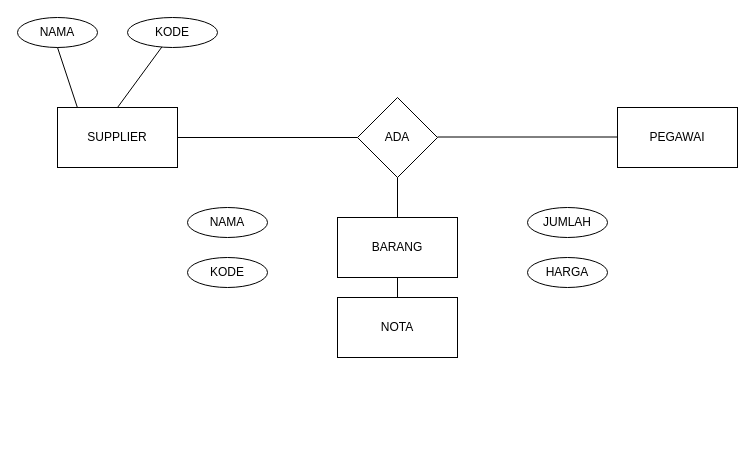
Before: Untitled Diagram.drawio in elangakbarm/flaskdeploy, a draw.io diagram. Source tidied: cells renumbered, new cells numbered last; positions are measured from the earlier drawing's top-left corner, leaving out a move shared by most shapes. Both pictures are drawn from the tidied source at 100%, with x=0, y=0 at pixel (17, 17).
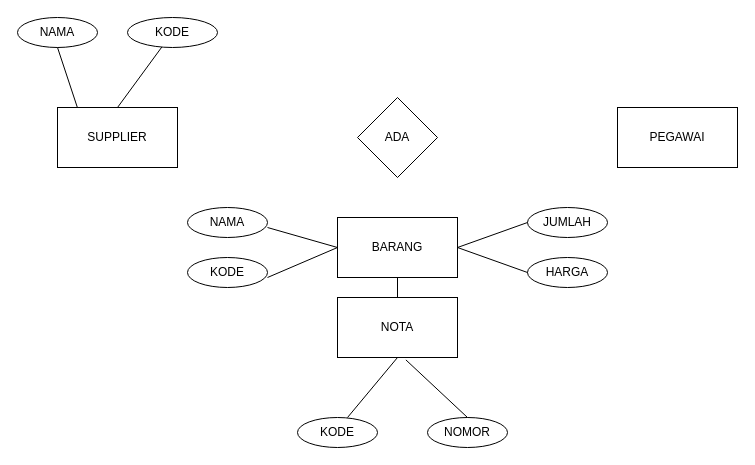
The same page after the edit.

The change refers to these unchanged cells:
```xml
<mxCell id="2" value="SUPPLIER" style="rounded=0;whiteSpace=wrap;html=1;" parent="1" vertex="1">
  <mxGeometry x="40" y="90" width="120" height="60" as="geometry" />
</mxCell>
<mxCell id="4" value="BARANG" style="rounded=0;whiteSpace=wrap;html=1;" parent="1" vertex="1">
  <mxGeometry x="320" y="200" width="120" height="60" as="geometry" />
</mxCell>
<mxCell id="5" value="ADA" style="rhombus;whiteSpace=wrap;html=1;" parent="1" vertex="1">
  <mxGeometry x="340" y="80" width="80" height="80" as="geometry" />
</mxCell>
<mxCell id="13" value="NOTA" style="rounded=0;whiteSpace=wrap;html=1;" parent="1" vertex="1">
  <mxGeometry x="320" y="280" width="120" height="60" as="geometry" />
</mxCell>
<mxCell id="17" value="JUMLAH" style="ellipse;whiteSpace=wrap;html=1;" parent="1" vertex="1">
  <mxGeometry x="510" y="190" width="80" height="30" as="geometry" />
</mxCell>
<mxCell id="18" value="HARGA" style="ellipse;whiteSpace=wrap;html=1;" parent="1" vertex="1">
  <mxGeometry x="510" y="240" width="80" height="30" as="geometry" />
</mxCell>
```

Change to the diagram source:
```diff
@@
-    <mxCell id="10" style="endArrow=none;html=1;entryX=0;entryY=0.5;entryDx=0;entryDy=0;exitX=1;exitY=0.5;exitDx=0;exitDy=0;" parent="1" edge="1" source="2" target="5">
-      <mxGeometry relative="1" as="geometry" />
-    </mxCell>
-    <mxCell id="11" style="endArrow=none;html=1;entryX=0;entryY=0.5;entryDx=0;entryDy=0;exitX=1;exitY=0.5;exitDx=0;exitDy=0;" parent="1" edge="1">
-      <mxGeometry relative="1" as="geometry">
-        <mxPoint x="420" y="119.5" as="sourcePoint" />
-        <mxPoint x="600" y="119.5" as="targetPoint" />
-      </mxGeometry>
-    </mxCell>
-    <mxCell id="12" style="endArrow=none;html=1;exitX=0.5;exitY=0;exitDx=0;exitDy=0;" parent="1" edge="1" source="4">
-      <mxGeometry relative="1" as="geometry">
-        <mxPoint x="380" y="160" as="targetPoint" />
-      </mxGeometry>
-    </mxCell>
@@
+    <mxCell id="19" style="endArrow=none;html=1;entryX=0;entryY=0.5;entryDx=0;entryDy=0;" parent="1" edge="1" target="17">
+      <mxGeometry relative="1" as="geometry">
+        <mxPoint x="440" y="230" as="sourcePoint" />
+      </mxGeometry>
+    </mxCell>
+    <mxCell id="20" style="endArrow=none;html=1;entryX=0;entryY=0.5;entryDx=0;entryDy=0;exitX=1;exitY=0.5;exitDx=0;exitDy=0;" parent="1" edge="1" source="4" target="18">
+      <mxGeometry relative="1" as="geometry" />
+    </mxCell>
+    <mxCell id="21" style="endArrow=none;html=1;entryX=0;entryY=0.5;entryDx=0;entryDy=0;" parent="1" edge="1" target="4">
+      <mxGeometry relative="1" as="geometry">
+        <mxPoint x="250" y="210" as="sourcePoint" />
+      </mxGeometry>
+    </mxCell>
+    <mxCell id="22" style="endArrow=none;html=1;entryX=0;entryY=0.5;entryDx=0;entryDy=0;" parent="1" edge="1" target="4">
+      <mxGeometry relative="1" as="geometry">
+        <mxPoint x="250" y="260" as="sourcePoint" />
+      </mxGeometry>
+    </mxCell>
+    <mxCell id="23" value="KODE" style="ellipse;whiteSpace=wrap;html=1;" parent="1" vertex="1">
+      <mxGeometry x="280" y="400" width="80" height="30" as="geometry" />
+    </mxCell>
+    <mxCell id="24" value="NOMOR" style="ellipse;whiteSpace=wrap;html=1;" parent="1" vertex="1">
+      <mxGeometry x="410" y="400" width="80" height="30" as="geometry" />
+    </mxCell>
+    <mxCell id="25" style="endArrow=none;html=1;entryX=0.5;entryY=1;entryDx=0;entryDy=0;" parent="1" edge="1" target="13">
+      <mxGeometry relative="1" as="geometry">
+        <mxPoint x="330" y="400" as="sourcePoint" />
+      </mxGeometry>
+    </mxCell>
+    <mxCell id="26" style="endArrow=none;html=1;entryX=0.57;entryY=1.04;entryDx=0;entryDy=0;entryPerimeter=0;" parent="1" edge="1" target="13">
+      <mxGeometry relative="1" as="geometry">
+        <mxPoint x="450" y="400" as="sourcePoint" />
+      </mxGeometry>
+    </mxCell>
```
